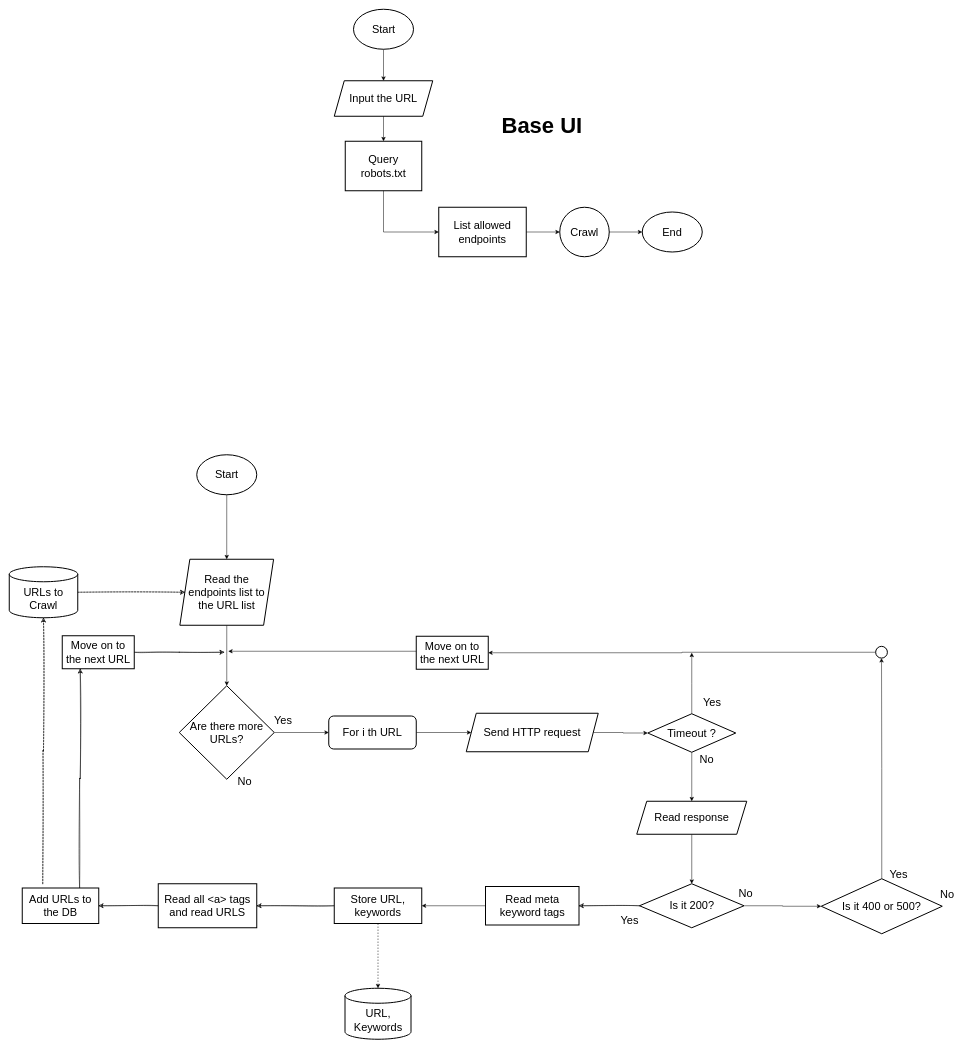
Above: sketches/base flows.drawio in Altier-Tech/creepy-crawly (draw.io), before the change. Source tidied: cells renumbered, new cells numbered last; positions are measured from the earlier drawing's top-left corner, leaving out a move shared by most shapes. Both pictures are drawn from the tidied source at 50%, with x=0, y=0 at pixel (9, 9).
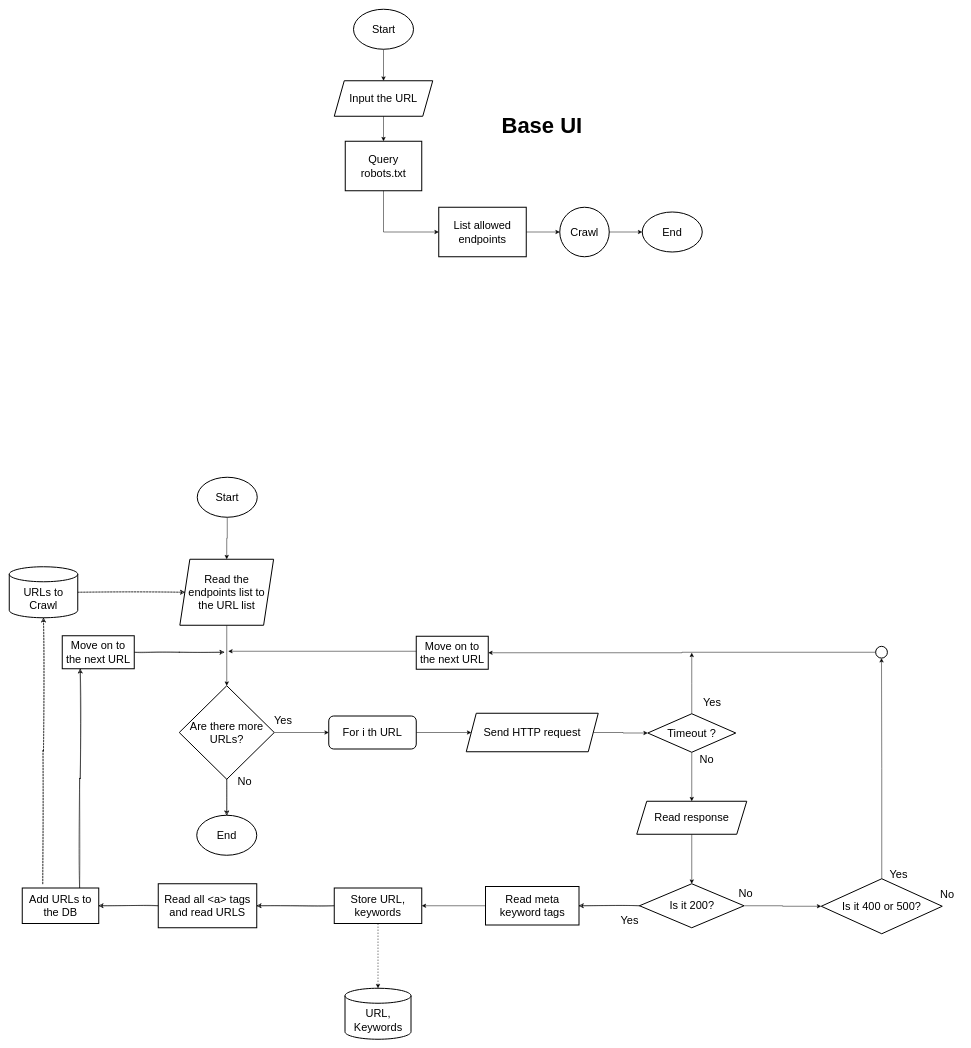
The same diagram, later.

Unchanged cells that the change refers to:
```xml
<mxCell id="29" value="Are there more URLs?" style="rhombus;whiteSpace=wrap;html=1;strokeWidth=2;fontSize=22;" parent="28" vertex="1">
  <mxGeometry width="190" height="187" as="geometry" />
</mxCell>
```

Diff of the diagram source:
```diff
@@
     <mxCell id="16" value="Start" style="ellipse;whiteSpace=wrap;html=1;strokeWidth=2;fontSize=22;" parent="1" vertex="1">
-      <mxGeometry x="375" y="891" width="120" height="80" as="geometry" />
+      <mxGeometry x="376" y="936" width="120" height="80" as="geometry" />
     </mxCell>
@@
+    <mxCell id="70" value="End" style="ellipse;whiteSpace=wrap;html=1;strokeWidth=2;fontSize=22;" parent="1" vertex="1">
+      <mxGeometry x="375" y="1612" width="120" height="80" as="geometry" />
+    </mxCell>
+    <mxCell id="71" style="edgeStyle=orthogonalEdgeStyle;rounded=0;sketch=1;jettySize=auto;html=1;entryX=0.5;entryY=0;entryDx=0;entryDy=0;strokeColor=default;fontSize=22;" parent="1" edge="1" source="29" target="70">
+      <mxGeometry relative="1" as="geometry" />
+    </mxCell>
```
